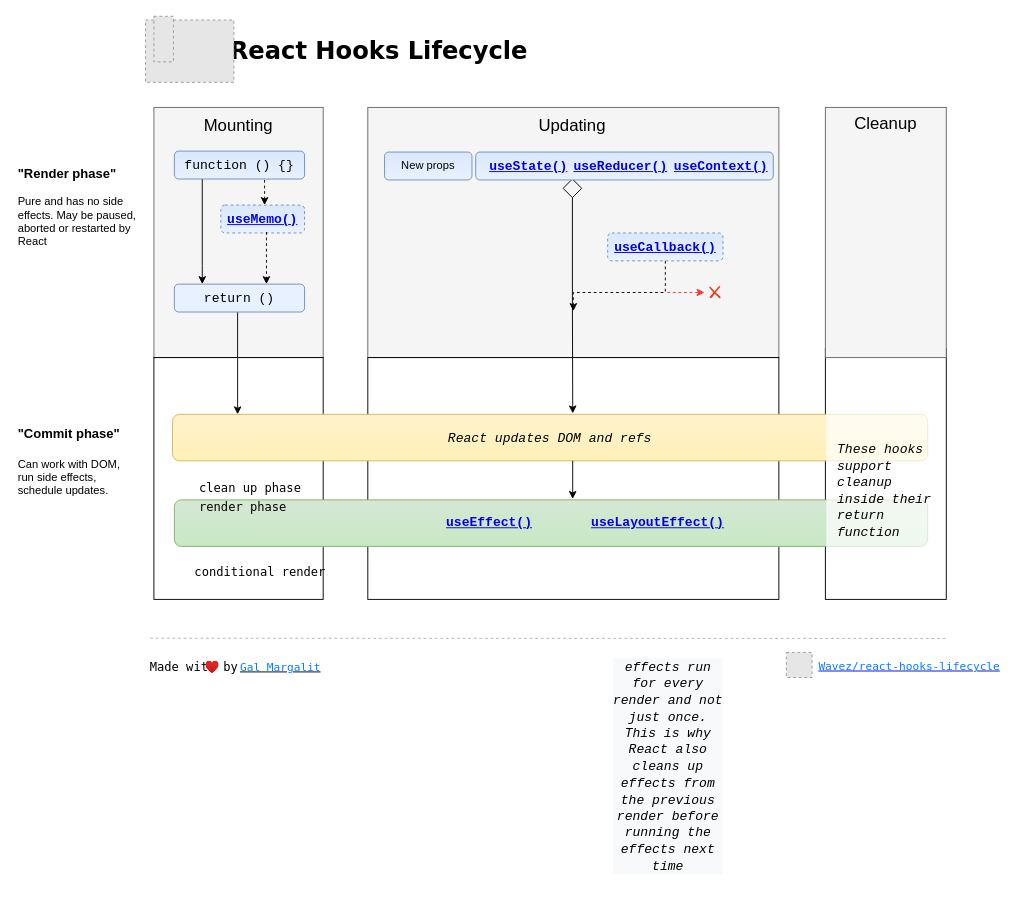
This is chart.drawio from Wavez/react-hooks-lifecycle, a draw.io file, before an edit. Source tidied: cells renumbered, new cells numbered last; positions are measured from the earlier drawing's top-left corner, leaving out a move shared by most shapes. Both pictures are drawn from the tidied source at 93%, with x=0, y=0 at pixel (16, 16). Pictures stored in the file or linked from it are replaced by grey dashed boxes.
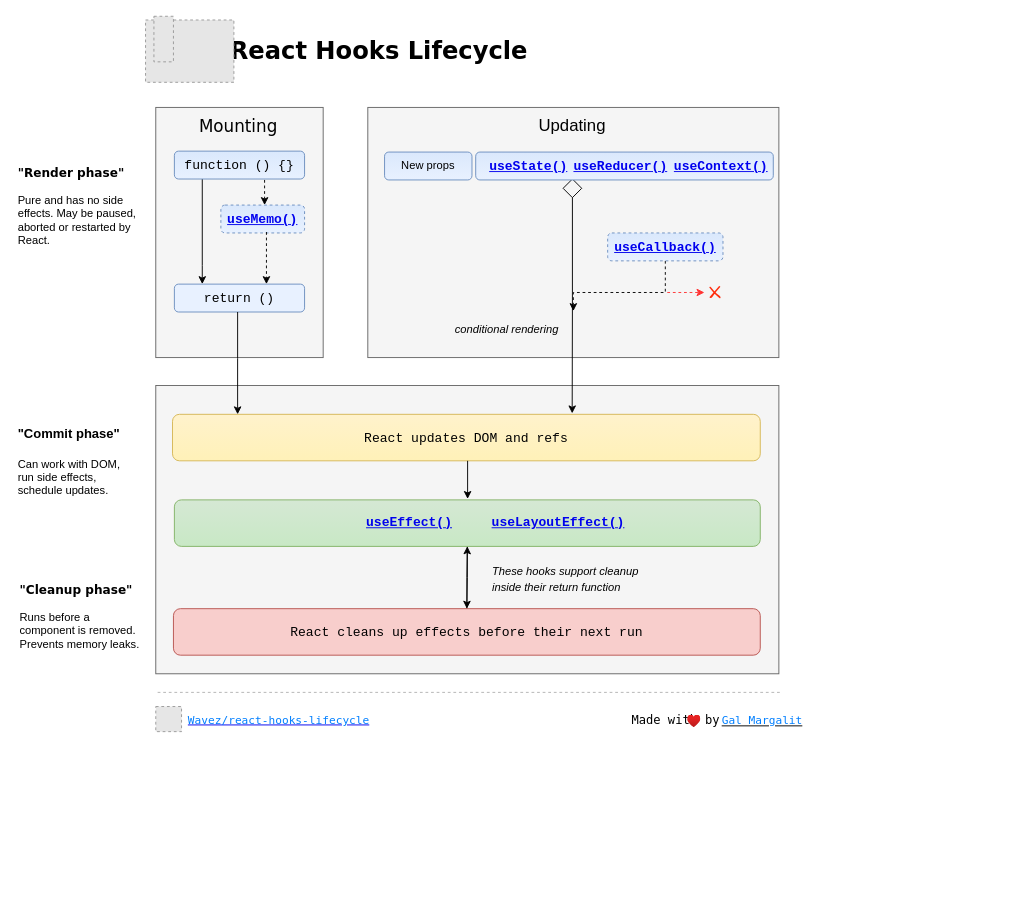
The same page after the edit.

Unchanged cells that the change refers to:
```xml
<mxCell id="17" value="&lt;h3 id=&quot;static-getderivedstatefromprops&quot;&gt;&lt;code&gt;&lt;font style=&quot;font-weight: normal ; font-size: 14px&quot;&gt;return ()&lt;/font&gt;&lt;/code&gt;&lt;/h3&gt;" style="rounded=1;whiteSpace=wrap;html=1;fillColor=#E8F1FF;strokeColor=#6c8ebf;" parent="1" vertex="1">
  <mxGeometry x="170" y="288" width="140" height="30" as="geometry" />
</mxCell>
<mxCell id="31" style="rhombus;whiteSpace=wrap;html=1;labelBackgroundColor=none;fontColor=#007FFF;fillColor=none;" parent="1" vertex="1">
  <mxGeometry x="588" y="175" width="20" height="20" as="geometry" />
</mxCell>
```

The edit, as a diff of the source:
```diff
@@
-    <mxCell id="2" style="rounded=0;whiteSpace=wrap;html=1;fillColor=none;" parent="1" vertex="1">
-      <mxGeometry x="870" y="357" width="130" height="270" as="geometry" />
-    </mxCell>
     <mxCell id="3" style="rounded=0;whiteSpace=wrap;html=1;fillColor=#f5f5f5;strokeColor=#666666;fontColor=#333333;" parent="1" vertex="1">
-      <mxGeometry x="148" y="98" width="182" height="269" as="geometry" />
+      <mxGeometry x="150" y="98" width="180" height="269" as="geometry" />
     </mxCell>
-    <mxCell id="4" value="&lt;font style=&quot;font-size: 18px&quot;&gt;Mounting&lt;/font&gt;" style="text;html=1;strokeColor=none;fillColor=none;align=center;verticalAlign=middle;whiteSpace=wrap;rounded=0;" parent="1" vertex="1">
+    <mxCell id="4" value="&lt;font style=&quot;font-size: 18px&quot; face=&quot;Verdana&quot;&gt;Mounting&lt;/font&gt;" style="text;html=1;strokeColor=none;fillColor=none;align=center;verticalAlign=middle;whiteSpace=wrap;rounded=0;" parent="1" vertex="1">
       <mxGeometry x="220" y="108" width="38" height="20" as="geometry" />
     </mxCell>
@@
-    <mxCell id="7" value="Cleanup" style="group;fillColor=#f5f5f5;strokeColor=#666666;fontColor=#000000;fontSize=18;gradientColor=none;gradientDirection=south;comic=0;glass=0;" parent="1" vertex="1">
-      <mxGeometry x="870" y="98" width="130" height="269" as="geometry" />
-    </mxCell>
-    <mxCell id="8" value="&lt;font style=&quot;font-size: 14px&quot;&gt;&lt;b&gt;&quot;Render phase&quot;&lt;br&gt;&lt;/b&gt;&lt;/font&gt;&lt;br&gt;Pure and has no side&lt;br&gt;effects. May be paused,&lt;br&gt;aborted or restarted by&lt;br&gt;React&lt;br&gt;" style="text;html=1;align=left;verticalAlign=top;spacingTop=-4;" parent="1" vertex="1">
+    <mxCell id="8" value="&lt;font style=&quot;font-size: 13px&quot; face=&quot;Verdana&quot;&gt;&lt;b&gt;&quot;Render phase&quot;&lt;br&gt;&lt;/b&gt;&lt;/font&gt;&lt;br&gt;Pure and has no side&lt;br&gt;effects. May be paused,&lt;br&gt;aborted or restarted by&lt;br&gt;React." style="text;html=1;align=left;verticalAlign=top;spacingTop=-4;" parent="1" vertex="1">
       <mxGeometry y="158" width="140" height="90" as="geometry" />
     </mxCell>
@@
-    <mxCell id="11" style="rounded=0;whiteSpace=wrap;html=1;fillColor=none;" parent="1" vertex="1">
-      <mxGeometry x="148" y="367" width="182" height="260" as="geometry" />
-    </mxCell>
-    <mxCell id="12" style="edgeStyle=orthogonalEdgeStyle;rounded=0;jettySize=auto;html=1;" parent="1" edge="1" source="17">
-      <mxGeometry relative="1" as="geometry">
-        <mxPoint x="238" y="428" as="targetPoint" />
-        <Array as="points">
-          <mxPoint x="238" y="368" />
-          <mxPoint x="238" y="368" />
-        </Array>
-      </mxGeometry>
-    </mxCell>
@@
-    <mxCell id="16" style="rounded=0;whiteSpace=wrap;html=1;fillColor=none;" parent="1" vertex="1">
-      <mxGeometry x="378" y="367" width="442" height="260" as="geometry" />
+    <mxCell id="16" style="rounded=0;whiteSpace=wrap;html=1;fillColor=#f5f5f5;fontColor=#333333;strokeColor=#666666;" parent="1" vertex="1">
+      <mxGeometry x="150" y="397" width="670" height="310" as="geometry" />
     </mxCell>
@@
+    <mxCell id="52" style="edgeStyle=orthogonalEdgeStyle;rounded=0;jettySize=auto;html=1;fontFamily=Helvetica;fontSize=12;" parent="1" edge="1" source="18" target="55">
+      <mxGeometry relative="1" as="geometry" />
+    </mxCell>
     <mxCell id="18" style="rounded=1;whiteSpace=wrap;html=1;fillColor=#d5e8d4;strokeColor=#82b366;gradientColor=#C8E8C5;" parent="1" vertex="1">
-      <mxGeometry x="170" y="520" width="810" height="50" as="geometry" />
+      <mxGeometry x="170" y="520" width="630" height="50" as="geometry" />
     </mxCell>
@@
-    <mxCell id="21" value="&lt;h3 id=&quot;static-getderivedstatefromprops&quot;&gt;&lt;code style=&quot;font-weight: normal&quot;&gt;&lt;i&gt;React updates DOM and refs&lt;/i&gt;&lt;/code&gt;&lt;/h3&gt;" style="rounded=1;whiteSpace=wrap;html=1;fillColor=#fff2cc;strokeColor=#d6b656;gradientColor=#FFF1B8;" parent="1" vertex="1">
-      <mxGeometry x="168" y="428" width="812" height="50" as="geometry" />
+    <mxCell id="21" value="&lt;h3 id=&quot;static-getderivedstatefromprops&quot;&gt;&lt;code style=&quot;font-weight: normal&quot;&gt;React updates DOM and refs&lt;/code&gt;&lt;/h3&gt;" style="rounded=1;whiteSpace=wrap;html=1;fillColor=#fff2cc;strokeColor=#d6b656;gradientColor=#FFF1B8;" parent="1" vertex="1">
+      <mxGeometry x="168" y="428" width="632" height="50" as="geometry" />
     </mxCell>
@@
-    <mxCell id="26" style="endArrow=classic;html=1;strokeColor=#000000;entryX=0.377;entryY=-0.02;entryDx=0;entryDy=0;entryPerimeter=0;" parent="1" edge="1">
-      <mxGeometry relative="1" as="geometry">
-        <mxPoint x="598.3" y="478" as="sourcePoint" />
-        <mxPoint x="598.3" y="519" as="targetPoint" />
-      </mxGeometry>
-    </mxCell>
     <mxCell id="27" value="&lt;h3 id=&quot;static-getderivedstatefromprops&quot;&gt;&lt;code style=&quot;font-size: 14px&quot;&gt;&lt;font style=&quot;font-size: 14px&quot;&gt;&lt;a href=&quot;https://reactjs.org/docs/hooks-reference.html#useeffect&quot;&gt;useEffect()&lt;/a&gt;&amp;nbsp;&lt;/font&gt;&lt;/code&gt;&lt;/h3&gt;" style="text;html=1;strokeColor=none;fillColor=none;align=center;verticalAlign=middle;whiteSpace=wrap;rounded=0;" parent="1" vertex="1">
-      <mxGeometry x="493" y="534" width="40" height="20" as="geometry" />
+      <mxGeometry x="407" y="534" width="40" height="20" as="geometry" />
     </mxCell>
     <mxCell id="28" value="&lt;h3 id=&quot;static-getderivedstatefromprops&quot;&gt;&lt;code&gt;&lt;font size=&quot;1&quot;&gt;&lt;a href=&quot;https://reactjs.org/docs/hooks-reference.html#uselayouteffect&quot; style=&quot;font-size: 14px&quot;&gt;useLayoutEffect()&lt;/a&gt;&lt;/font&gt;&lt;/code&gt;&lt;/h3&gt;" style="text;html=1;strokeColor=none;fillColor=none;align=center;verticalAlign=middle;whiteSpace=wrap;rounded=0;" parent="1" vertex="1">
-      <mxGeometry x="670" y="534" width="40" height="20" as="geometry" />
+      <mxGeometry x="563" y="534" width="40" height="20" as="geometry" />
     </mxCell>
@@
-    <mxCell id="30" style="edgeStyle=orthogonalEdgeStyle;rounded=0;jettySize=auto;html=1;exitX=0.5;exitY=1;exitDx=0;exitDy=0;entryX=0.53;entryY=-0.02;entryDx=0;entryDy=0;entryPerimeter=0;fontColor=#007FFF;" parent="1" edge="1" source="31" target="21">
+    <mxCell id="30" style="edgeStyle=orthogonalEdgeStyle;rounded=0;jettySize=auto;html=1;exitX=0.5;exitY=1;exitDx=0;exitDy=0;entryX=0.68;entryY=-0.02;entryDx=0;entryDy=0;entryPerimeter=0;fontColor=#007FFF;" parent="1" edge="1" source="31" target="21">
       <mxGeometry relative="1" as="geometry" />
     </mxCell>
@@
-    <mxCell id="33" value="&lt;a href=&quot;https://github.com/Wavez/react-hooks-lifecycle&quot; style=&quot;font-size: 12px&quot;&gt;&lt;font color=&quot;#007fff&quot; style=&quot;font-size: 12px&quot; face=&quot;Lucida Console&quot;&gt;Wavez/react-hooks-lifecycle&lt;/font&gt;&lt;/a&gt;" style="text;html=1;align=left;verticalAlign=top;spacingTop=-4;fontSize=12;fontColor=#000000;" parent="1" vertex="1">
-      <mxGeometry x="860.5" y="689" width="205" height="15" as="geometry" />
-    </mxCell>
-    <mxCell id="34" style="endArrow=none;dashed=1;html=1;fontFamily=Lucida Console;fontSize=12;fontColor=#000000;strokeColor=#B3B3B3;" parent="1" edge="1">
-      <mxGeometry relative="1" as="geometry">
-        <mxPoint x="144" y="668.8" as="sourcePoint" />
-        <mxPoint x="1000" y="669" as="targetPoint" />
-      </mxGeometry>
-    </mxCell>
-    <mxCell id="35" value="&lt;font style=&quot;line-height: 170%&quot;&gt;Made with&lt;br&gt;&lt;/font&gt;" style="text;html=1;align=left;verticalAlign=top;spacingTop=-4;fontSize=13;fontColor=#000000;fontFamily=Lucida Console;" parent="1" vertex="1">
-      <mxGeometry x="142" y="686" width="70" height="20" as="geometry" />
-    </mxCell>
-    <mxCell id="36" style="fillColor=#E6E6E6;strokeColor=#999999;dashed=1;verticalLabelPosition=bottom;verticalAlign=top;fontSize=18;fontColor=#000000;" parent="1" vertex="1">
-      <mxGeometry x="828" y="684" width="27.7" height="27" as="geometry" />
-    </mxCell>
-    <mxCell id="37" style="html=1;align=center;image;fontSize=12;image=img/lib/azure2/general/Heart.svg;labelBackgroundColor=none;fillColor=none;" parent="1" vertex="1">
-      <mxGeometry x="204" y="693.6" width="14" height="13.1" as="geometry" />
-    </mxCell>
-    <mxCell id="38" value="&lt;font style=&quot;line-height: 170%&quot;&gt;by&lt;br&gt;&lt;/font&gt;" style="text;html=1;align=left;verticalAlign=top;spacingTop=-4;fontSize=13;fontColor=#000000;fontFamily=Lucida Console;" parent="1" vertex="1">
-      <mxGeometry x="221" y="686" width="30" height="20" as="geometry" />
-    </mxCell>
-    <mxCell id="39" value="&lt;font color=&quot;#007fff&quot; face=&quot;Lucida Console&quot;&gt;Gal Margalit&lt;/font&gt;" style="text;html=1;align=left;verticalAlign=top;spacingTop=-4;fontSize=12;fontColor=#000000;fontStyle=4;" parent="1" vertex="1">
-      <mxGeometry x="239" y="690.1" width="80" height="20" as="geometry" />
-    </mxCell>
@@
-    <mxCell id="46" value="&lt;h3 id=&quot;static-getderivedstatefromprops&quot; style=&quot;text-align: center ; text-indent: 0px ; background-color: rgb(248 , 249 , 250)&quot;&gt;&lt;font face=&quot;monospace&quot;&gt;&lt;span style=&quot;font-weight: 400&quot;&gt;&lt;i&gt;effects run for every render and not just once. This is why React also cleans up effects from the previous render before running the effects next time&lt;/i&gt;&lt;/span&gt;&lt;/font&gt;&lt;br&gt;&lt;/h3&gt;" style="text;whiteSpace=wrap;html=1;" parent="1" vertex="1">
-      <mxGeometry x="639.9" y="670.1" width="120" height="60" as="geometry" />
-    </mxCell>
-    <mxCell id="47" value="clean up phase" style="text;html=1;align=left;verticalAlign=top;spacingTop=-4;fontSize=13;fontColor=#000000;fontFamily=Lucida Console;" parent="1" vertex="1">
-      <mxGeometry x="195" y="497" width="90" height="20" as="geometry" />
-    </mxCell>
-    <mxCell id="48" value="render phase" style="text;html=1;align=left;verticalAlign=top;spacingTop=-4;fontSize=13;fontColor=#000000;fontFamily=Lucida Console;" parent="1" vertex="1">
-      <mxGeometry x="195" y="517" width="80" height="20" as="geometry" />
-    </mxCell>
-    <mxCell id="49" value="conditional render" style="text;html=1;align=left;verticalAlign=top;spacingTop=-4;fontSize=13;fontColor=#000000;fontFamily=Lucida Console;" parent="1" vertex="1">
-      <mxGeometry x="190" y="587" width="110" height="20" as="geometry" />
-    </mxCell>
-    <mxCell id="50" style="rounded=0;whiteSpace=wrap;html=1;labelBackgroundColor=none;fillColor=default;opacity=70;strokeColor=none;" parent="1" vertex="1">
-      <mxGeometry x="871" y="378" width="120" height="229" as="geometry" />
-    </mxCell>
-    <mxCell id="51" value="&lt;h3 id=&quot;static-getderivedstatefromprops&quot; style=&quot;color: rgb(0 , 0 , 0) ; letter-spacing: normal ; text-indent: 0px ; text-transform: none ; word-spacing: 0px&quot;&gt;&lt;font face=&quot;monospace&quot;&gt;&lt;span style=&quot;font-weight: 400&quot;&gt;&lt;i&gt;These hooks support cleanup inside their return function&lt;/i&gt;&lt;/span&gt;&lt;/font&gt;&lt;/h3&gt;" style="text;whiteSpace=wrap;html=1;fillColor=none;align=left;" parent="1" vertex="1">
-      <mxGeometry x="881" y="436" width="110" height="60" as="geometry" />
+    <mxCell id="51" value="&lt;h3 id=&quot;static-getderivedstatefromprops&quot; style=&quot;color: rgb(0 , 0 , 0) ; letter-spacing: normal ; text-indent: 0px ; text-transform: none ; word-spacing: 0px&quot;&gt;&lt;span style=&quot;font-weight: 400&quot;&gt;&lt;font style=&quot;font-size: 12px&quot;&gt;&lt;i&gt;These hooks support cleanup inside their return function&lt;/i&gt;&lt;/font&gt;&lt;/span&gt;&lt;/h3&gt;" style="text;whiteSpace=wrap;html=1;fillColor=none;align=left;" parent="1" vertex="1">
+      <mxGeometry x="510" y="567" width="160" height="60" as="geometry" />
     </mxCell>
+    <mxCell id="53" value="&lt;font style=&quot;font-size: 13px&quot; face=&quot;Verdana&quot;&gt;&lt;b&gt;&quot;Cleanup phase&quot;&lt;br&gt;&lt;/b&gt;&lt;/font&gt;&lt;br&gt;Runs before a&lt;br&gt;component is removed.&lt;br&gt;Prevents memory leaks." style="text;html=1;align=left;verticalAlign=top;spacingTop=-4;" parent="1" vertex="1">
+      <mxGeometry x="2" y="607" width="139" height="71" as="geometry" />
+    </mxCell>
+    <mxCell id="54" style="edgeStyle=orthogonalEdgeStyle;rounded=0;jettySize=auto;html=1;exitX=0.5;exitY=0;exitDx=0;exitDy=0;entryX=0.5;entryY=1;entryDx=0;entryDy=0;fontFamily=Helvetica;fontSize=12;" parent="1" edge="1" source="55" target="18">
+      <mxGeometry relative="1" as="geometry" />
+    </mxCell>
+    <mxCell id="55" value="&lt;h3 id=&quot;static-getderivedstatefromprops&quot;&gt;&lt;code style=&quot;font-weight: normal&quot;&gt;React cleans up effects before their next run&lt;/code&gt;&lt;/h3&gt;" style="rounded=1;whiteSpace=wrap;html=1;fillColor=#f8cecc;strokeColor=#b85450;" parent="1" vertex="1">
+      <mxGeometry x="169" y="637" width="631" height="50" as="geometry" />
+    </mxCell>
+    <mxCell id="56" style="endArrow=classic;html=1;strokeColor=#000000;entryX=0.377;entryY=-0.02;entryDx=0;entryDy=0;entryPerimeter=0;" parent="1" edge="1">
+      <mxGeometry relative="1" as="geometry">
+        <mxPoint x="485.3" y="478" as="sourcePoint" />
+        <mxPoint x="485.3" y="519" as="targetPoint" />
+      </mxGeometry>
+    </mxCell>
+    <mxCell id="12" style="edgeStyle=orthogonalEdgeStyle;rounded=0;jettySize=auto;html=1;" parent="1" edge="1" source="17">
+      <mxGeometry relative="1" as="geometry">
+        <mxPoint x="238" y="428" as="targetPoint" />
+        <Array as="points">
+          <mxPoint x="238" y="368" />
+          <mxPoint x="238" y="368" />
+        </Array>
+      </mxGeometry>
+    </mxCell>
+    <mxCell id="34" style="endArrow=none;dashed=1;html=1;fontFamily=Lucida Console;fontSize=12;fontColor=#000000;strokeColor=#B3B3B3;" parent="1" edge="1">
+      <mxGeometry relative="1" as="geometry">
+        <mxPoint x="152" y="727" as="sourcePoint" />
+        <mxPoint x="823" y="727" as="targetPoint" />
+      </mxGeometry>
+    </mxCell>
+    <mxCell id="57" value="&lt;h3 id=&quot;static-getderivedstatefromprops&quot; style=&quot;color: rgb(0 , 0 , 0) ; letter-spacing: normal ; text-indent: 0px ; text-transform: none ; word-spacing: 0px&quot;&gt;&lt;span style=&quot;font-weight: 400&quot;&gt;&lt;font style=&quot;font-size: 12px&quot;&gt;&lt;i&gt;conditional rendering&lt;/i&gt;&lt;/font&gt;&lt;/span&gt;&lt;/h3&gt;" style="text;whiteSpace=wrap;html=1;fillColor=none;align=left;" parent="1" vertex="1">
+      <mxGeometry x="470" y="307" width="160" height="60" as="geometry" />
+    </mxCell>
+    <mxCell id="58" style="group;" parent="1" vertex="1">
+      <mxGeometry x="630" y="742.2" width="237.5" height="27" as="geometry" />
+    </mxCell>
+    <mxCell id="59" style="group;" parent="58" vertex="1">
+      <mxGeometry x="-480" width="237.5" height="27" as="geometry" />
+    </mxCell>
+    <mxCell id="33" value="&lt;a href=&quot;https://github.com/Wavez/react-hooks-lifecycle&quot; style=&quot;font-size: 12px&quot;&gt;&lt;font color=&quot;#007fff&quot; style=&quot;font-size: 12px&quot; face=&quot;Lucida Console&quot;&gt;Wavez/react-hooks-lifecycle&lt;/font&gt;&lt;/a&gt;" style="text;html=1;align=left;verticalAlign=top;spacingTop=-4;fontSize=12;fontColor=#000000;" parent="59" vertex="1">
+      <mxGeometry x="32.5" y="5" width="205" height="15" as="geometry" />
+    </mxCell>
+    <mxCell id="36" style="fillColor=#E6E6E6;strokeColor=#999999;dashed=1;verticalLabelPosition=bottom;verticalAlign=top;fontSize=18;fontColor=#000000;" parent="59" vertex="1">
+      <mxGeometry width="27.7" height="27" as="geometry" />
+    </mxCell>
+    <mxCell id="60" style="group;" parent="58" vertex="1">
+      <mxGeometry x="30" y="1.8" width="177" height="24.1" as="geometry" />
+    </mxCell>
+    <mxCell id="35" value="&lt;font style=&quot;line-height: 170%&quot;&gt;Made with&lt;br&gt;&lt;/font&gt;" style="text;html=1;align=left;verticalAlign=top;spacingTop=-4;fontSize=13;fontColor=#000000;fontFamily=Lucida Console;" parent="60" vertex="1">
+      <mxGeometry width="70" height="20" as="geometry" />
+    </mxCell>
+    <mxCell id="37" style="html=1;align=center;image;fontSize=12;image=img/lib/azure2/general/Heart.svg;labelBackgroundColor=none;fillColor=none;" parent="60" vertex="1">
+      <mxGeometry x="62" y="7.6" width="14" height="13.1" as="geometry" />
+    </mxCell>
+    <mxCell id="38" value="&lt;font style=&quot;line-height: 170%&quot;&gt;by&lt;br&gt;&lt;/font&gt;" style="text;html=1;align=left;verticalAlign=top;spacingTop=-4;fontSize=13;fontColor=#000000;fontFamily=Lucida Console;" parent="60" vertex="1">
+      <mxGeometry x="79" width="30" height="20" as="geometry" />
+    </mxCell>
+    <mxCell id="39" value="&lt;font color=&quot;#007fff&quot; face=&quot;Lucida Console&quot;&gt;Gal Margalit&lt;/font&gt;" style="text;html=1;align=left;verticalAlign=top;spacingTop=-4;fontSize=12;fontColor=#000000;fontStyle=4;" parent="60" vertex="1">
+      <mxGeometry x="97" y="4.1" width="80" height="20" as="geometry" />
+    </mxCell>
```
